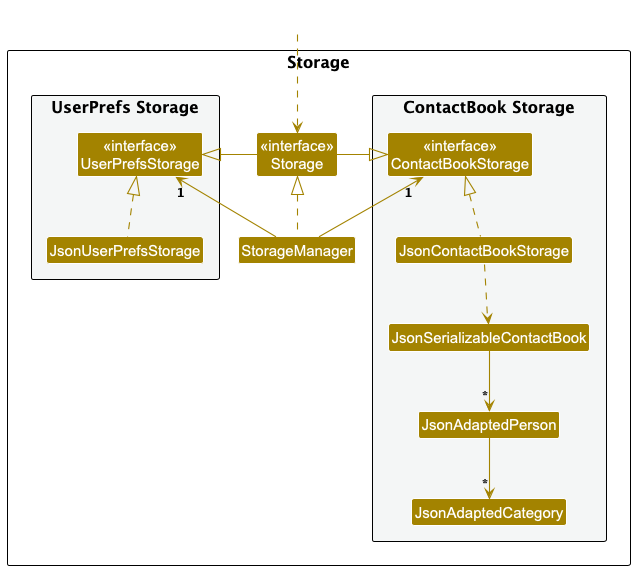
This is docs/images/StorageClassDiagram.png from zachchong/tp, a PlantUML export, as it was before one commit.
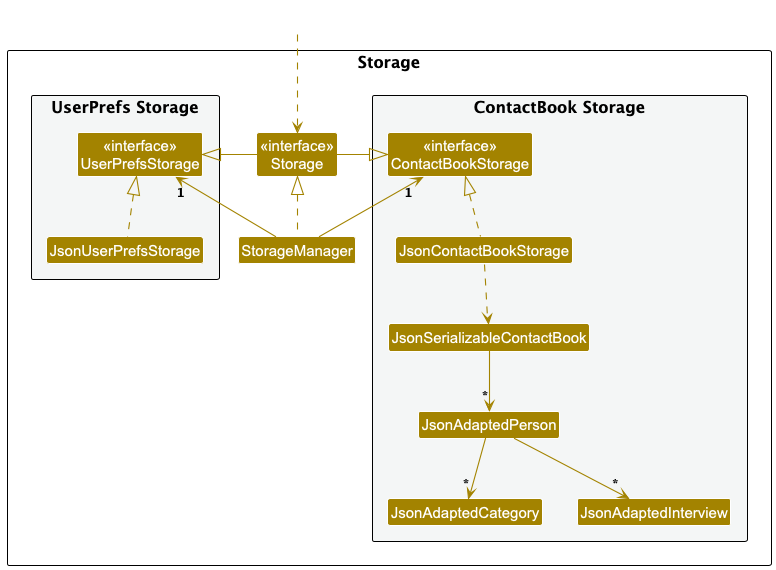
The same file after the commit.

Commit message:
Update storage class diagram

Diff of the diagram source:
```diff
@@ -20,6 +20,7 @@
 Class JsonSerializableContactBook
 Class JsonAdaptedPerson
 Class JsonAdaptedCategory
+Class JsonAdaptedInterview
 }
 
 }
@@ -39,5 +40,6 @@
 JsonContactBookStorage ..> JsonSerializableContactBook
 JsonSerializableContactBook --> "*" JsonAdaptedPerson
 JsonAdaptedPerson --> "*" JsonAdaptedCategory
+JsonAdaptedPerson --> "*" JsonAdaptedInterview
 
 @enduml
```
